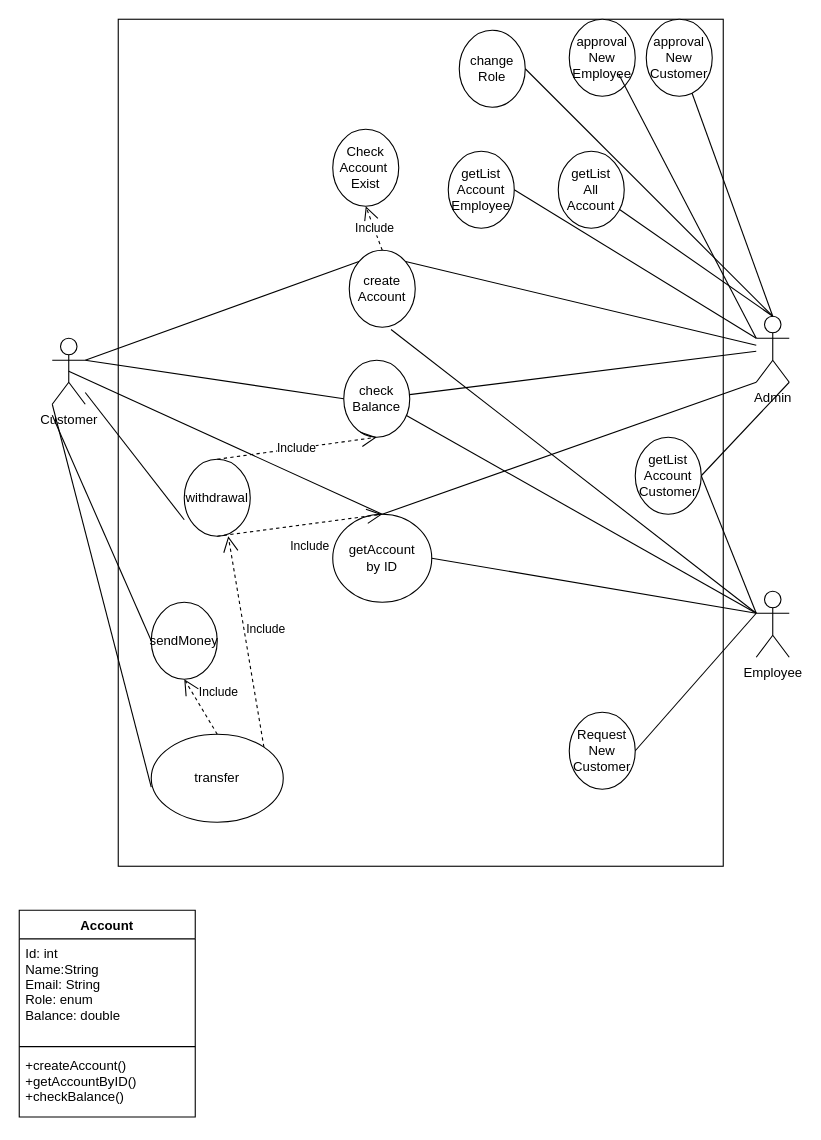
QuyetVV1995/Bank keeps this draw.io diagram as Bank_Use_Case.drawio. Above is the earlier version. Source tidied: cells renumbered, new cells numbered last; positions are measured from the earlier drawing's top-left corner, leaving out a move shared by most shapes. Both pictures are drawn from the tidied source at 110%, with x=0, y=0 at pixel (19, 19).
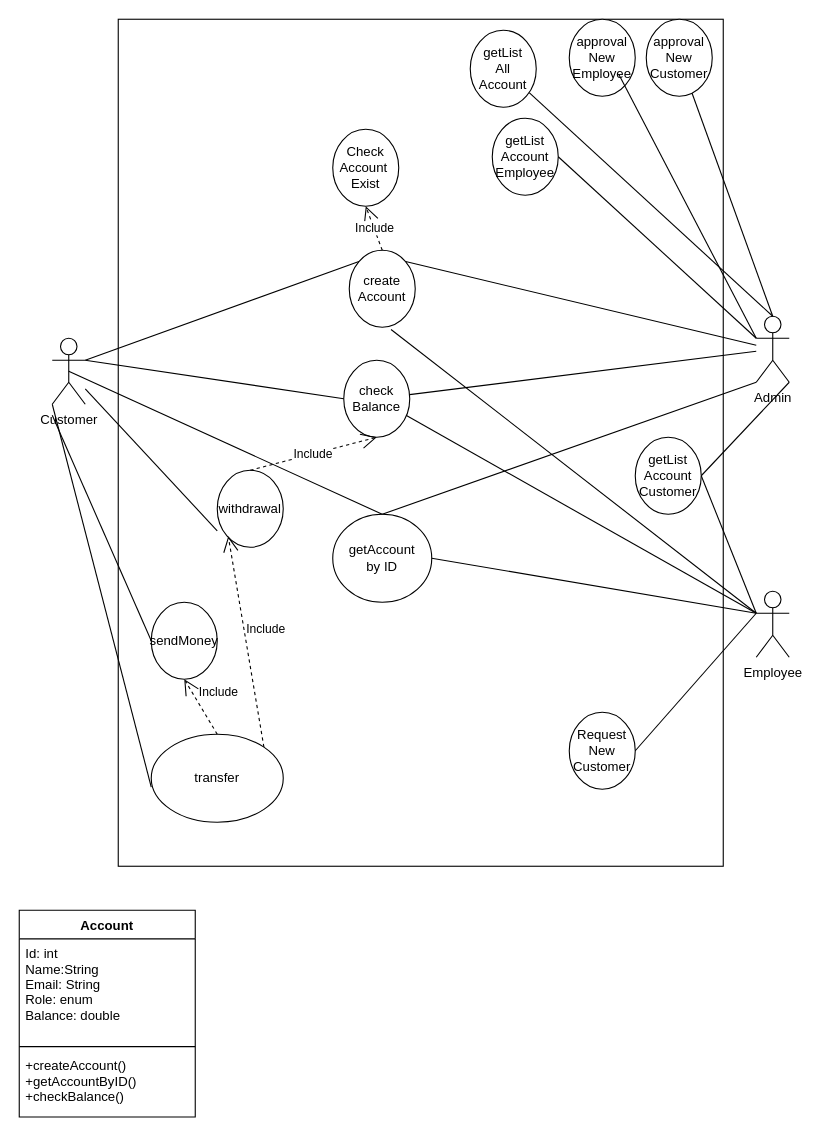
After the change.

Unchanged cells that the change refers to:
```xml
<mxCell id="4" value="Admin" style="shape=umlActor;verticalLabelPosition=bottom;verticalAlign=top;html=1;outlineConnect=0;" parent="1" vertex="1">
  <mxGeometry x="670" y="270" width="30" height="60" as="geometry" />
</mxCell>
<mxCell id="22" value="getAccount&lt;br&gt;by ID" style="ellipse;whiteSpace=wrap;html=1;" parent="1" vertex="1">
  <mxGeometry x="285" y="450" width="90" height="80" as="geometry" />
</mxCell>
```

Diff of the diagram source:
```diff
@@
     <mxCell id="8" value="withdrawal" style="ellipse;whiteSpace=wrap;html=1;" parent="1" vertex="1">
-      <mxGeometry x="150" y="400" width="60" height="70" as="geometry" />
+      <mxGeometry x="180" y="410" width="60" height="70" as="geometry" />
     </mxCell>
@@
     <mxCell id="13" value="getList&lt;br&gt;All&lt;br&gt;Account" style="ellipse;whiteSpace=wrap;html=1;" parent="1" vertex="1">
-      <mxGeometry x="490" y="120" width="60" height="70" as="geometry" />
+      <mxGeometry x="410" y="10" width="60" height="70" as="geometry" />
     </mxCell>
@@
-    <mxCell id="24" value="Include" style="endArrow=open;endSize=12;dashed=1;html=1;exitX=0.5;exitY=1;exitDx=0;exitDy=0;entryX=0.5;entryY=0;entryDx=0;entryDy=0;" parent="1" edge="1" source="8" target="22">
-      <mxGeometry x="0.09" y="-20" relative="1" as="geometry" />
-    </mxCell>
-    <mxCell id="25" value="change Role" style="ellipse;whiteSpace=wrap;html=1;" parent="1" vertex="1">
-      <mxGeometry x="400" y="10" width="60" height="70" as="geometry" />
-    </mxCell>
@@
     <mxCell id="27" value="getList&lt;br&gt;Account&lt;br&gt;Employee" style="ellipse;whiteSpace=wrap;html=1;" parent="1" vertex="1">
-      <mxGeometry x="390" y="120" width="60" height="70" as="geometry" />
+      <mxGeometry x="430" y="90" width="60" height="70" as="geometry" />
     </mxCell>
@@
-    <mxCell id="31" style="endArrow=none;html=1;exitX=0.5;exitY=0;exitDx=0;exitDy=0;exitPerimeter=0;entryX=1;entryY=0.5;entryDx=0;entryDy=0;" parent="1" edge="1" source="4" target="25">
-      <mxGeometry relative="1" as="geometry" />
-    </mxCell>
```
